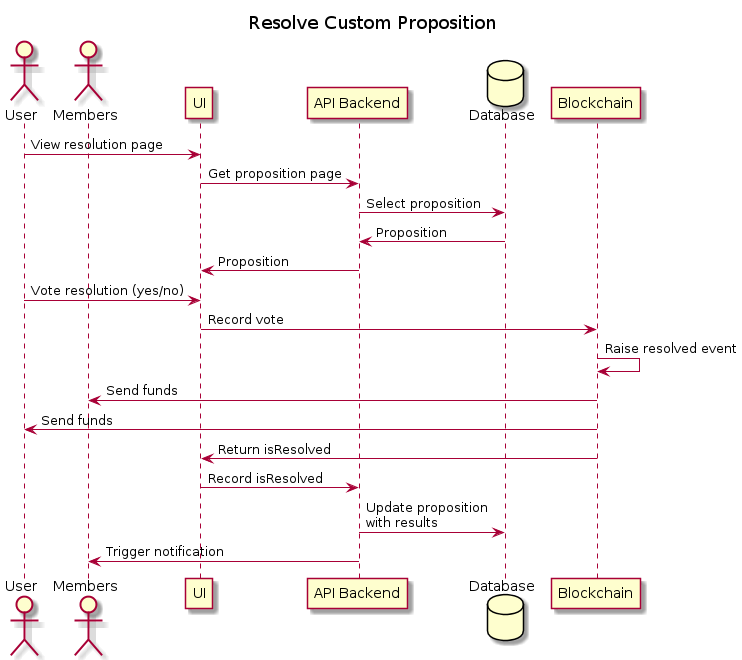
The PlantUML diagram diagram_out/Diagrams/UserStories/Resolve Custom Proposition.png in adhurjaty/prediction-app, before a commit.
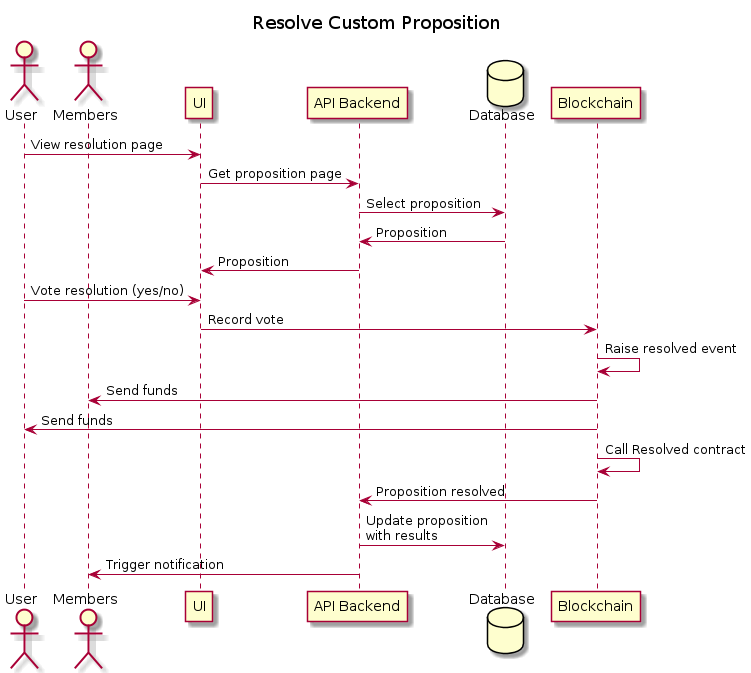
After the change.

Diff of the diagram source:
```diff
@@ -19,8 +19,8 @@
 bc -> bc : Raise resolved event
 bc -> members : Send funds
 bc -> user : Send funds
-bc -> ui : Return isResolved
-ui -> api : Record isResolved
+bc -> bc : Call Resolved contract
+bc -> api : Proposition resolved
 api -> db : Update proposition\nwith results
 api -> members : Trigger notification
 
```
